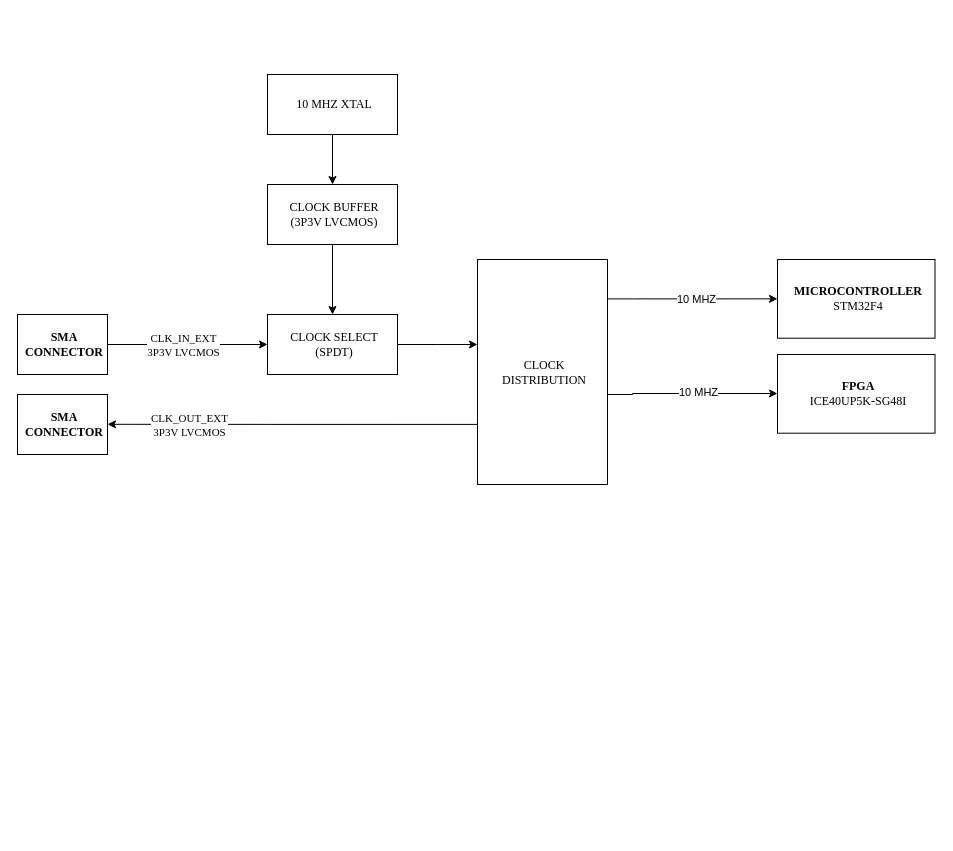
Before: page "Clocking" (3 of 4) of 1_hw/01_block_diagram/arb.drawio in brzyzek/arb, a draw.io diagram. Source tidied: cells renumbered, new cells numbered last; positions are measured from the earlier drawing's top-left corner, leaving out a move shared by most shapes. Both pictures are drawn from the tidied source at 100%, with x=0, y=0 at pixel (17, 74).
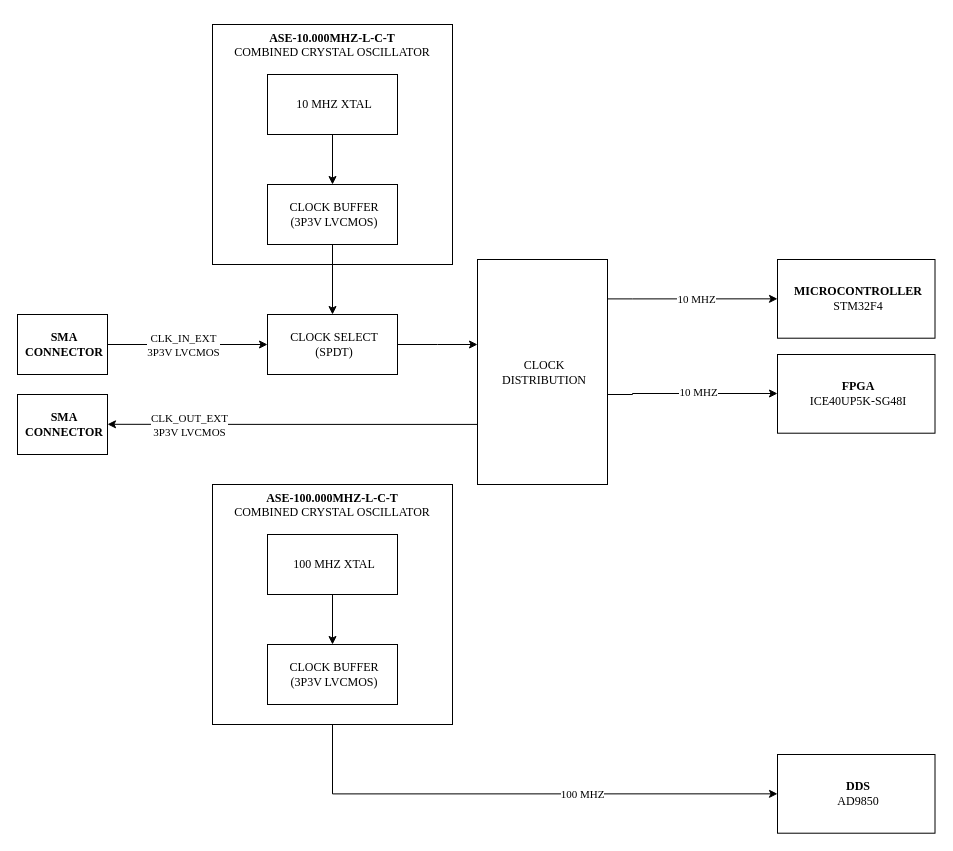
The same diagram, later.

The change refers to these unchanged cells:
```xml
<mxCell id="14" style="edgeStyle=orthogonalEdgeStyle;rounded=0;jettySize=auto;html=1;" parent="1" edge="1" source="18" target="20">
  <mxGeometry relative="1" as="geometry">
    <Array as="points">
      <mxPoint x="615" y="320" />
      <mxPoint x="615" y="319" />
    </Array>
  </mxGeometry>
</mxCell>
<mxCell id="16" style="edgeStyle=orthogonalEdgeStyle;rounded=0;jettySize=auto;html=1;entryX=0;entryY=0.5;entryDx=0;entryDy=0;" parent="1" edge="1" source="18" target="19">
  <mxGeometry relative="1" as="geometry">
    <Array as="points">
      <mxPoint x="615" y="224" />
    </Array>
  </mxGeometry>
</mxCell>
```

What changed in the source:
```diff
@@
+    <mxCell id="21" style="edgeStyle=orthogonalEdgeStyle;rounded=0;jettySize=auto;html=1;exitX=0.5;exitY=0;exitDx=0;exitDy=0;" parent="1" edge="1" source="22">
+      <mxGeometry relative="1" as="geometry">
+        <mxPoint x="315" y="-50" as="targetPoint" />
+      </mxGeometry>
+    </mxCell>
+    <mxCell id="22" value="&lt;div&gt;&lt;font face=&quot;Times New Roman&quot;&gt;&lt;b&gt;ASE-10.000MHZ-L-C-T&lt;/b&gt;&lt;br&gt;&lt;/font&gt;&lt;/div&gt;&lt;font face=&quot;Times New Roman&quot;&gt;COMBINED CRYSTAL OSCILLATOR&lt;/font&gt;" style="whiteSpace=wrap;html=1;verticalAlign=top;" parent="1" vertex="1">
+      <mxGeometry x="195" y="-50" width="240" height="240" as="geometry" />
+    </mxCell>
@@
-    <mxCell id="15" value="10 MHZ" style="edgeLabel;html=1;align=center;verticalAlign=middle;" parent="14" vertex="1">
+    <mxCell id="15" value="10 MHZ" style="edgeLabel;html=1;align=center;verticalAlign=middle;fontFamily=Times New Roman;" parent="14" vertex="1">
       <mxGeometry x="0.07" y="2" relative="1" as="geometry" />
     </mxCell>
@@
-    <mxCell id="17" value="10 MHZ" style="edgeLabel;html=1;align=center;verticalAlign=middle;" parent="16" vertex="1">
+    <mxCell id="17" value="10 MHZ" style="edgeLabel;html=1;align=center;verticalAlign=middle;fontFamily=Times New Roman;" parent="16" vertex="1">
       <mxGeometry x="0.05" relative="1" as="geometry" />
     </mxCell>
@@
+    <mxCell id="23" style="edgeStyle=orthogonalEdgeStyle;rounded=0;jettySize=auto;html=1;entryX=0;entryY=0.5;entryDx=0;entryDy=0;exitX=0.5;exitY=1;exitDx=0;exitDy=0;" parent="1" edge="1" source="27" target="25">
+      <mxGeometry relative="1" as="geometry" />
+    </mxCell>
+    <mxCell id="24" value="100 MHZ" style="edgeLabel;html=1;align=center;verticalAlign=middle;fontFamily=Times New Roman;" parent="23" vertex="1">
+      <mxGeometry x="0.3" y="-1" relative="1" as="geometry">
+        <mxPoint x="-15" y="-1" as="offset" />
+      </mxGeometry>
+    </mxCell>
+    <mxCell id="25" value="&lt;font&gt;&lt;b&gt;DDS&lt;/b&gt;&lt;/font&gt;&lt;div&gt;AD9850&lt;br&gt;&lt;/div&gt;" style="rounded=0;whiteSpace=wrap;html=1;align=center;verticalAlign=middle;labelPosition=center;verticalLabelPosition=middle;spacing=2;spacingLeft=4;fontFamily=Times New Roman;" parent="1" vertex="1">
+      <mxGeometry x="760" y="680" width="157.5" height="78.7" as="geometry" />
+    </mxCell>
+    <mxCell id="26" style="edgeStyle=orthogonalEdgeStyle;rounded=0;jettySize=auto;html=1;exitX=0.5;exitY=0;exitDx=0;exitDy=0;" parent="1" edge="1" source="27">
+      <mxGeometry relative="1" as="geometry">
+        <mxPoint x="315" y="410" as="targetPoint" />
+      </mxGeometry>
+    </mxCell>
+    <mxCell id="27" value="&lt;div&gt;&lt;font face=&quot;Times New Roman&quot;&gt;&lt;b&gt;ASE-100.000MHZ-L-C-T&lt;/b&gt;&lt;br&gt;&lt;/font&gt;&lt;/div&gt;&lt;font face=&quot;Times New Roman&quot;&gt;COMBINED CRYSTAL OSCILLATOR&lt;/font&gt;" style="whiteSpace=wrap;html=1;verticalAlign=top;" parent="1" vertex="1">
+      <mxGeometry x="195" y="410" width="240" height="240" as="geometry" />
+    </mxCell>
+    <mxCell id="28" style="edgeStyle=orthogonalEdgeStyle;rounded=0;jettySize=auto;html=1;" parent="1" edge="1" source="29" target="30">
+      <mxGeometry relative="1" as="geometry" />
+    </mxCell>
+    <mxCell id="29" value="&lt;span style=&quot;font-weight: 400;&quot;&gt;100 MHZ XTAL&lt;/span&gt;" style="rounded=0;whiteSpace=wrap;html=1;align=center;verticalAlign=middle;labelPosition=center;verticalLabelPosition=middle;spacing=2;spacingLeft=4;fontFamily=Times New Roman;fontStyle=1;" parent="1" vertex="1">
+      <mxGeometry x="250" y="460" width="130" height="60" as="geometry" />
+    </mxCell>
+    <mxCell id="30" value="&lt;span style=&quot;font-weight: 400;&quot;&gt;CLOCK BUFFER&lt;/span&gt;&lt;div&gt;&lt;span style=&quot;font-weight: 400;&quot;&gt;(&lt;/span&gt;&lt;span style=&quot;font-weight: 400; background-color: initial;&quot;&gt;3P3V LVCMOS)&lt;/span&gt;&lt;/div&gt;" style="rounded=0;whiteSpace=wrap;html=1;align=center;verticalAlign=middle;labelPosition=center;verticalLabelPosition=middle;spacing=2;spacingLeft=4;fontFamily=Times New Roman;fontStyle=1;" parent="1" vertex="1">
+      <mxGeometry x="250" y="570" width="130" height="60" as="geometry" />
+    </mxCell>
```
